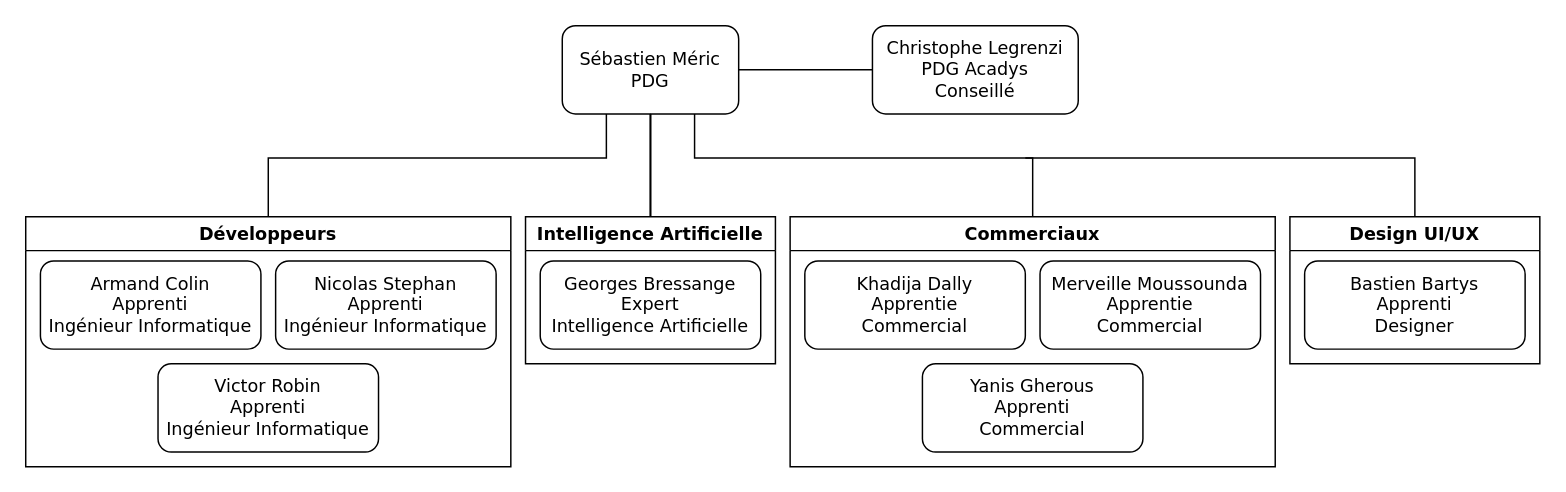
stephannicolas96/dossierPro keeps this draw.io diagram as Untitled Diagram.drawio. Above is the earlier version. Source tidied: cells renumbered, new cells numbered last; positions are measured from the earlier drawing's top-left corner, leaving out a move shared by most shapes. Both pictures are drawn from the tidied source at 147%, with x=0, y=0 at pixel (25, 25).
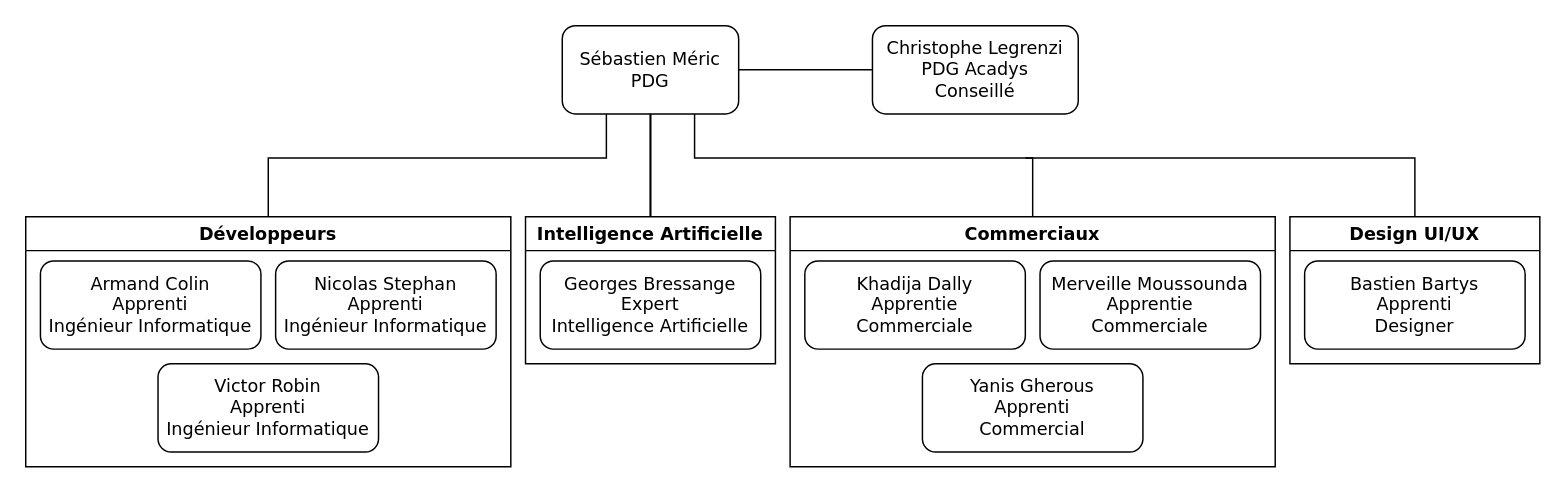
After the change.

The change refers to these unchanged cells:
```xml
<mxCell id="8" value="Commerciaux" style="swimlane;fontFamily=Verdana;" parent="1" vertex="1">
  <mxGeometry x="520" y="130" width="330" height="170" as="geometry" />
</mxCell>
```

The edit, as a diff of the source:
```diff
@@
-    <mxCell id="9" value="Khadija Dally&lt;br&gt;Apprentie&lt;br&gt;Commercial" style="rounded=1;whiteSpace=wrap;html=1;fontFamily=Verdana;" parent="8" vertex="1">
+    <mxCell id="9" value="Khadija Dally&lt;br&gt;Apprentie&lt;br&gt;Commerciale" style="rounded=1;whiteSpace=wrap;html=1;fontFamily=Verdana;" parent="8" vertex="1">
       <mxGeometry x="10" y="30" width="150" height="60" as="geometry" />
     </mxCell>
-    <mxCell id="10" value="Merveille Moussounda&lt;br&gt;Apprentie&lt;br&gt;Commercial" style="rounded=1;whiteSpace=wrap;html=1;fontFamily=Verdana;" parent="8" vertex="1">
+    <mxCell id="10" value="Merveille Moussounda&lt;br&gt;Apprentie&lt;br&gt;Commerciale" style="rounded=1;whiteSpace=wrap;html=1;fontFamily=Verdana;" parent="8" vertex="1">
       <mxGeometry x="170" y="30" width="150" height="60" as="geometry" />
     </mxCell>
```
